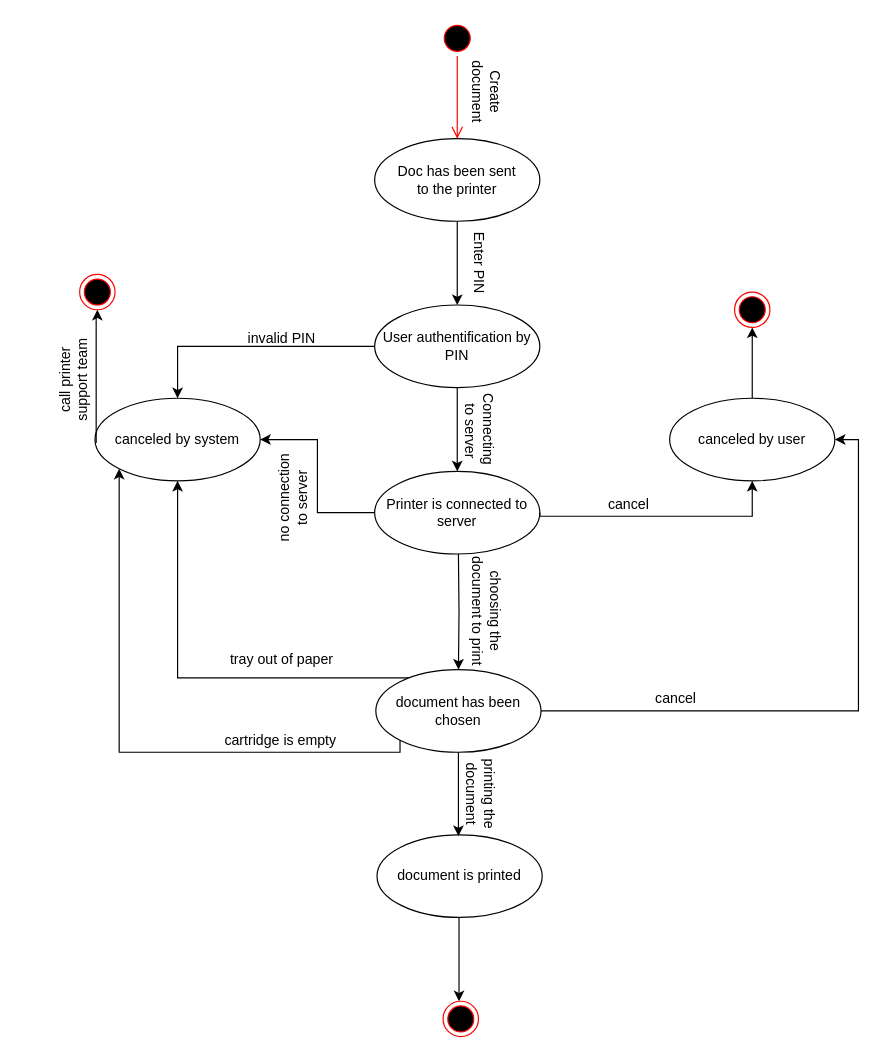
Earlier version of the draw.io diagram Untitled Diagram.drawio (valeriiazh/state-chart-diagram.-Print-document). Source tidied: cells renumbered, new cells numbered last; positions are measured from the earlier drawing's top-left corner, leaving out a move shared by most shapes. Both pictures are drawn from the tidied source at 118%, with x=0, y=0 at pixel (20, 20).
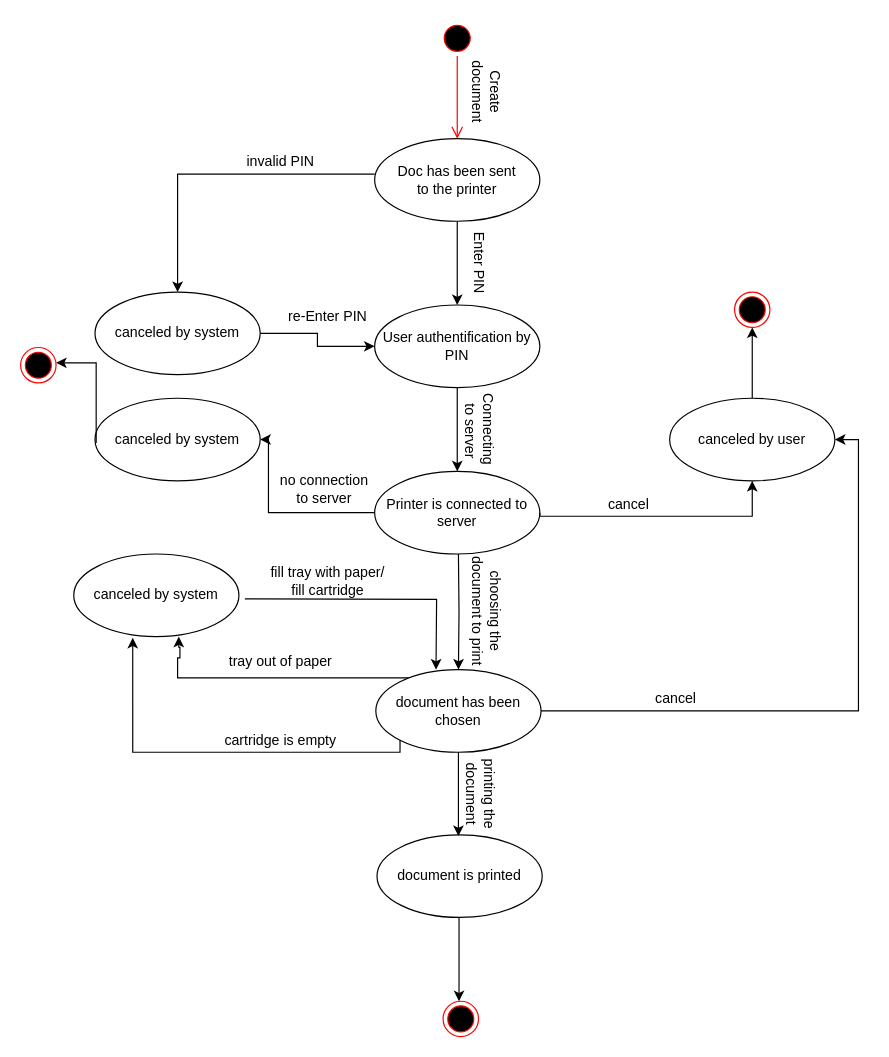
The same page after the edit.

Unchanged cells that the change refers to:
```xml
<mxCell id="5" value="Printer is connected to server" style="ellipse;whiteSpace=wrap;html=1;" parent="1" vertex="1">
  <mxGeometry x="300" y="382" width="140" height="70" as="geometry" />
</mxCell>
<mxCell id="10" value="User authentification by PIN" style="ellipse;whiteSpace=wrap;html=1;" parent="1" vertex="1">
  <mxGeometry x="300" y="241" width="140" height="70" as="geometry" />
</mxCell>
<mxCell id="15" value="document has been chosen" style="ellipse;whiteSpace=wrap;html=1;" parent="1" vertex="1">
  <mxGeometry x="301" y="550" width="140" height="70" as="geometry" />
</mxCell>
<mxCell id="25" value="canceled by system" style="ellipse;whiteSpace=wrap;html=1;" parent="1" vertex="1">
  <mxGeometry x="63" y="320" width="140" height="70" as="geometry" />
</mxCell>
```

Diff of the diagram source:
```diff
@@
     <mxCell id="4" style="edgeStyle=orthogonalEdgeStyle;rounded=0;jettySize=auto;html=1;" parent="1" edge="1" source="5" target="25">
-      <mxGeometry relative="1" as="geometry" />
+      <mxGeometry relative="1" as="geometry">
+        <Array as="points">
+          <mxPoint x="210" y="417" />
+          <mxPoint x="210" y="355" />
+        </Array>
+      </mxGeometry>
     </mxCell>
@@
-    <mxCell id="8" style="edgeStyle=orthogonalEdgeStyle;rounded=0;jettySize=auto;html=1;entryX=0.5;entryY=0;entryDx=0;entryDy=0;" parent="1" edge="1" source="10" target="25">
+    <mxCell id="8" style="edgeStyle=orthogonalEdgeStyle;rounded=0;orthogonalLoop=1;jettySize=auto;html=1;" parent="1" edge="1">
       <mxGeometry relative="1" as="geometry">
+        <mxPoint x="300" y="130" as="sourcePoint" />
+        <mxPoint x="133" y="230" as="targetPoint" />
         <Array as="points">
-          <mxPoint x="133" y="276" />
+          <mxPoint x="300" y="130" />
+          <mxPoint x="133" y="130" />
         </Array>
       </mxGeometry>
     </mxCell>
@@
-    <mxCell id="12" style="edgeStyle=orthogonalEdgeStyle;rounded=0;jettySize=auto;html=1;entryX=0;entryY=1;entryDx=0;entryDy=0;exitX=0;exitY=1;exitDx=0;exitDy=0;" parent="1" edge="1" source="15" target="25">
+    <mxCell id="12" style="edgeStyle=orthogonalEdgeStyle;rounded=0;jettySize=auto;html=1;exitX=0;exitY=1;exitDx=0;exitDy=0;entryX=0.357;entryY=1.014;entryDx=0;entryDy=0;entryPerimeter=0;" parent="1" edge="1" source="15" target="42">
       <mxGeometry relative="1" as="geometry">
         <Array as="points">
-          <mxPoint x="321" y="620" />
-          <mxPoint x="84" y="620" />
+          <mxPoint x="322" y="620" />
+          <mxPoint x="95" y="620" />
         </Array>
       </mxGeometry>
     </mxCell>
-    <mxCell id="13" style="edgeStyle=orthogonalEdgeStyle;rounded=0;jettySize=auto;html=1;entryX=0.5;entryY=1;entryDx=0;entryDy=0;" parent="1" edge="1" source="15" target="25">
+    <mxCell id="13" style="edgeStyle=orthogonalEdgeStyle;rounded=0;jettySize=auto;html=1;entryX=0.636;entryY=1;entryDx=0;entryDy=0;entryPerimeter=0;" parent="1" edge="1" source="15" target="42">
       <mxGeometry relative="1" as="geometry">
         <Array as="points">
           <mxPoint x="133" y="557" />
+          <mxPoint x="133" y="540" />
+          <mxPoint x="135" y="540" />
+          <mxPoint x="135" y="531" />
+          <mxPoint x="134" y="531" />
         </Array>
       </mxGeometry>
     </mxCell>
@@
     <mxCell id="18" value="invalid PIN" style="text;html=1;align=center;verticalAlign=middle;rotation=0;" parent="1" vertex="1">
-      <mxGeometry x="186" y="260" width="70" height="20" as="geometry" />
+      <mxGeometry x="185" y="110" width="70" height="20" as="geometry" />
     </mxCell>
@@
-    <mxCell id="21" value="no connection &lt;br&gt;to server" style="text;html=1;align=center;verticalAlign=middle;rotation=270;" parent="1" vertex="1">
-      <mxGeometry x="186" y="390" width="90" height="30" as="geometry" />
+    <mxCell id="21" value="no connection &lt;br&gt;to server" style="text;html=1;align=center;verticalAlign=middle;rotation=0;" parent="1" vertex="1">
+      <mxGeometry x="212" y="382" width="90" height="30" as="geometry" />
     </mxCell>
@@
-    <mxCell id="26" style="edgeStyle=orthogonalEdgeStyle;rounded=0;jettySize=auto;html=1;entryX=0.5;entryY=1;entryDx=0;entryDy=0;" parent="1" edge="1" target="38">
+    <mxCell id="26" style="edgeStyle=orthogonalEdgeStyle;rounded=0;orthogonalLoop=1;jettySize=auto;html=1;" parent="1" edge="1">
       <mxGeometry relative="1" as="geometry">
         <mxPoint x="64" y="358" as="sourcePoint" />
+        <mxPoint x="30" y="290" as="targetPoint" />
         <Array as="points">
-          <mxPoint x="64" y="250" />
-          <mxPoint x="65" y="250" />
+          <mxPoint x="64" y="290" />
         </Array>
       </mxGeometry>
     </mxCell>
-    <mxCell id="27" value="call printer &lt;br&gt;support team" style="text;html=1;align=center;verticalAlign=middle;rotation=270;" parent="1" vertex="1">
-      <mxGeometry y="290" width="90" height="30" as="geometry" />
-    </mxCell>
     <mxCell id="28" value="tray out of paper" style="text;html=1;align=center;verticalAlign=middle;rotation=0;" parent="1" vertex="1">
-      <mxGeometry x="171" y="532" width="100" height="20" as="geometry" />
+      <mxGeometry x="170" y="533" width="100" height="20" as="geometry" />
     </mxCell>
@@
     <mxCell id="38" style="ellipse;html=1;shape=endState;fillColor=#000000;strokeColor=#ff0000;" parent="1" vertex="1">
-      <mxGeometry x="50" y="215" width="30" height="30" as="geometry" />
+      <mxGeometry y="277" width="30" height="30" as="geometry" />
     </mxCell>
+    <mxCell id="39" style="edgeStyle=orthogonalEdgeStyle;rounded=0;jettySize=auto;html=1;exitX=1;exitY=0.5;exitDx=0;exitDy=0;" parent="1" edge="1" source="40" target="10">
+      <mxGeometry relative="1" as="geometry" />
+    </mxCell>
+    <mxCell id="40" value="canceled by system" style="ellipse;whiteSpace=wrap;html=1;" parent="1" vertex="1">
+      <mxGeometry x="63" y="230" width="140" height="70" as="geometry" />
+    </mxCell>
+    <mxCell id="41" value="re-Enter PIN" style="text;html=1;align=center;verticalAlign=middle;rotation=0;" parent="1" vertex="1">
+      <mxGeometry x="220" y="241" width="80" height="20" as="geometry" />
+    </mxCell>
+    <mxCell id="42" value="canceled by system" style="ellipse;whiteSpace=wrap;html=1;" parent="1" vertex="1">
+      <mxGeometry x="45" y="452" width="140" height="70" as="geometry" />
+    </mxCell>
+    <mxCell id="43" style="edgeStyle=orthogonalEdgeStyle;rounded=0;orthogonalLoop=1;jettySize=auto;html=1;" parent="1" edge="1">
+      <mxGeometry relative="1" as="geometry">
+        <mxPoint x="190" y="490" as="sourcePoint" />
+        <mxPoint x="352" y="550" as="targetPoint" />
+      </mxGeometry>
+    </mxCell>
+    <mxCell id="44" value="fill tray with paper/&lt;br&gt;fill cartridge" style="text;html=1;align=center;verticalAlign=middle;rotation=0;" parent="1" vertex="1">
+      <mxGeometry x="205" y="459.5" width="110" height="30" as="geometry" />
+    </mxCell>
```
